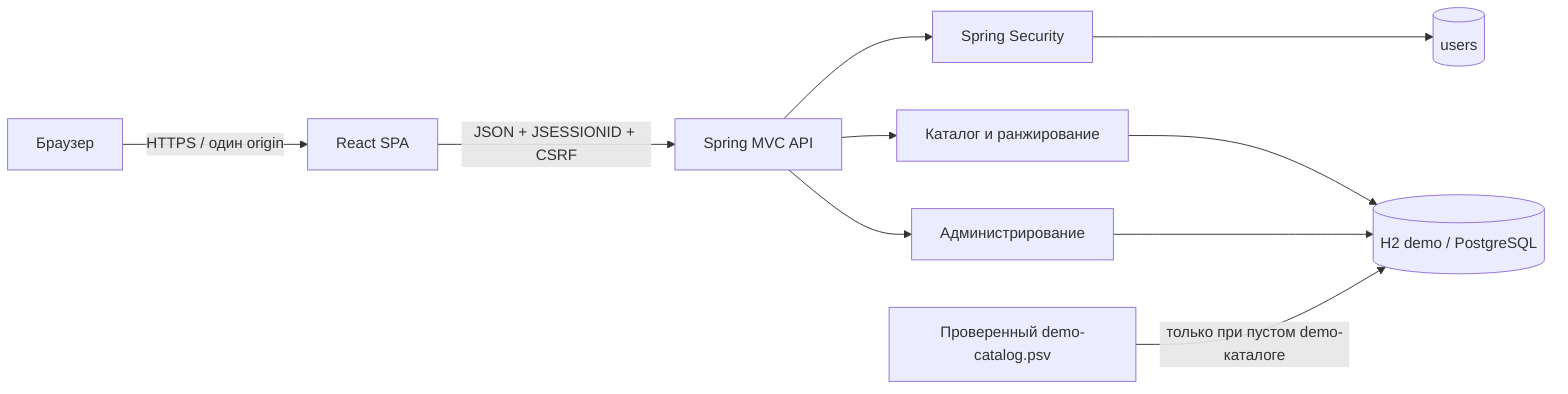
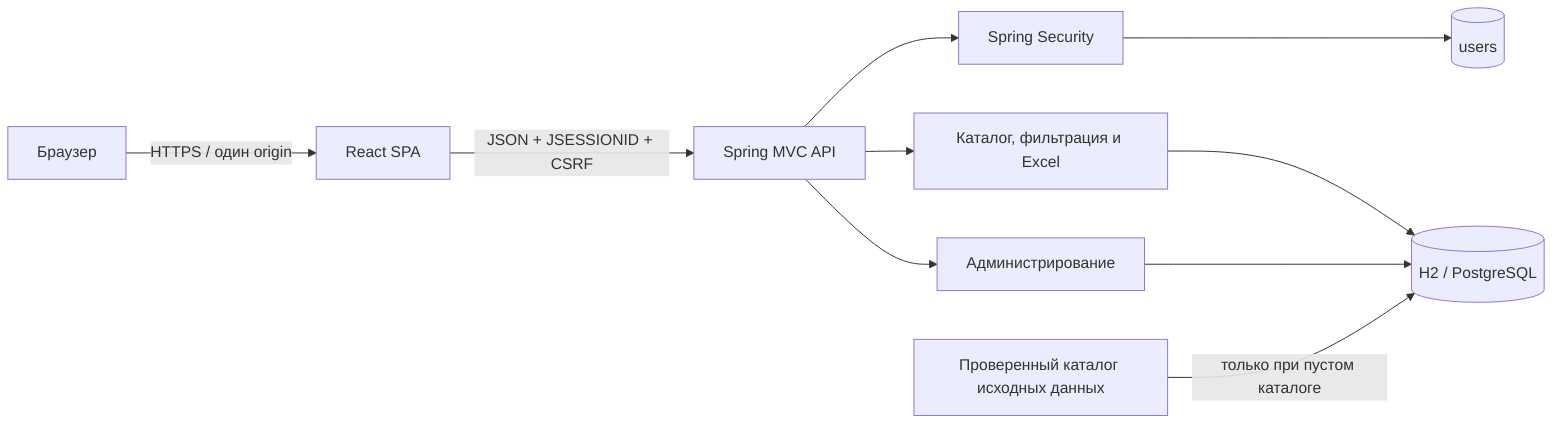
flowchart LR
    B[Браузер] -->|HTTPS / один origin| SPA[React SPA]
    SPA -->|JSON + JSESSIONID + CSRF| API[Spring MVC API]
    API --> SEC[Spring Security]
-     API --> CAT[Каталог и ранжирование]
+     API --> CAT[Каталог, фильтрация и Excel]
    API --> ADM[Администрирование]
    SEC --> USERS[(users)]
-     CAT --> DB[(H2 demo / PostgreSQL)]
+     CAT --> DB[(H2 / PostgreSQL)]
    ADM --> DB
-     SEED[Проверенный demo-catalog.psv] -->|только при пустом demo-каталоге| DB
+     SEED[Проверенный каталог исходных данных] -->|только при пустом каталоге| DB
